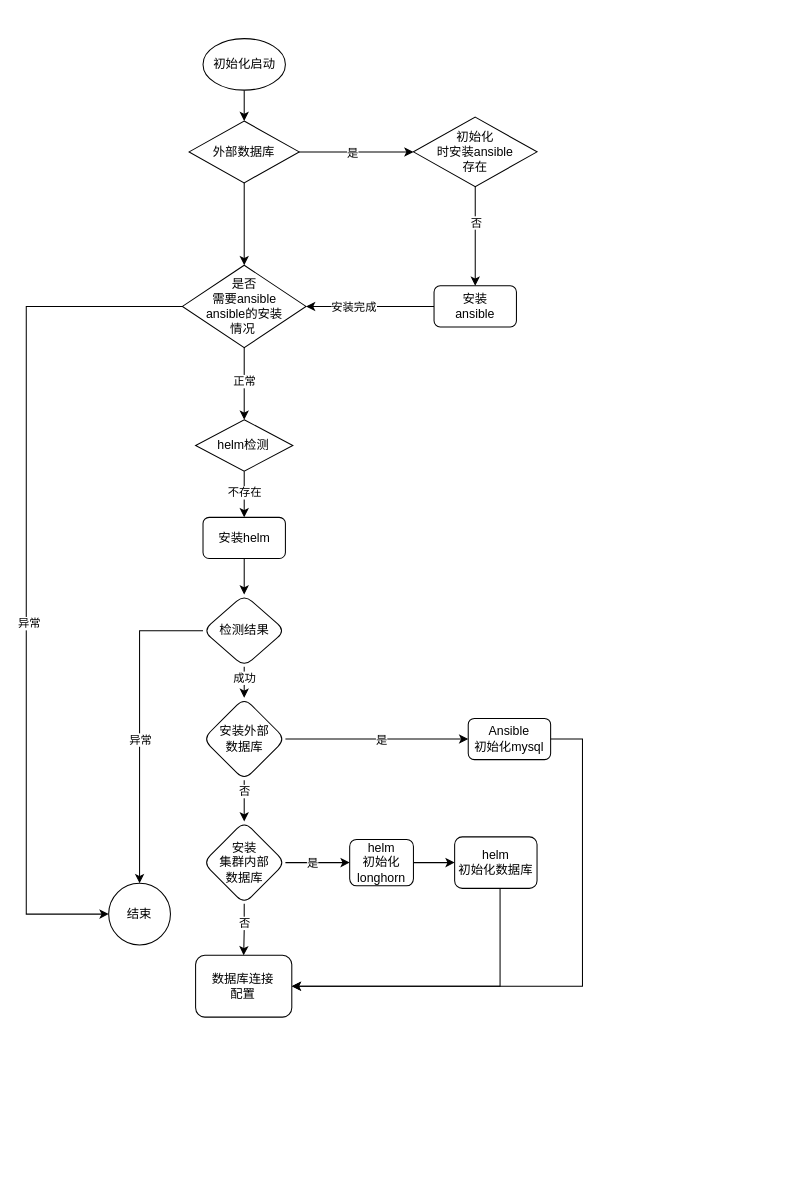
Above: init.drawio in Snuger/draw (draw.io), before the change. Source tidied: cells renumbered, new cells numbered last; positions are measured from the earlier drawing's top-left corner, leaving out a move shared by most shapes. Both pictures are drawn from the tidied source at 103%, with x=0, y=0 at pixel (26, 38).
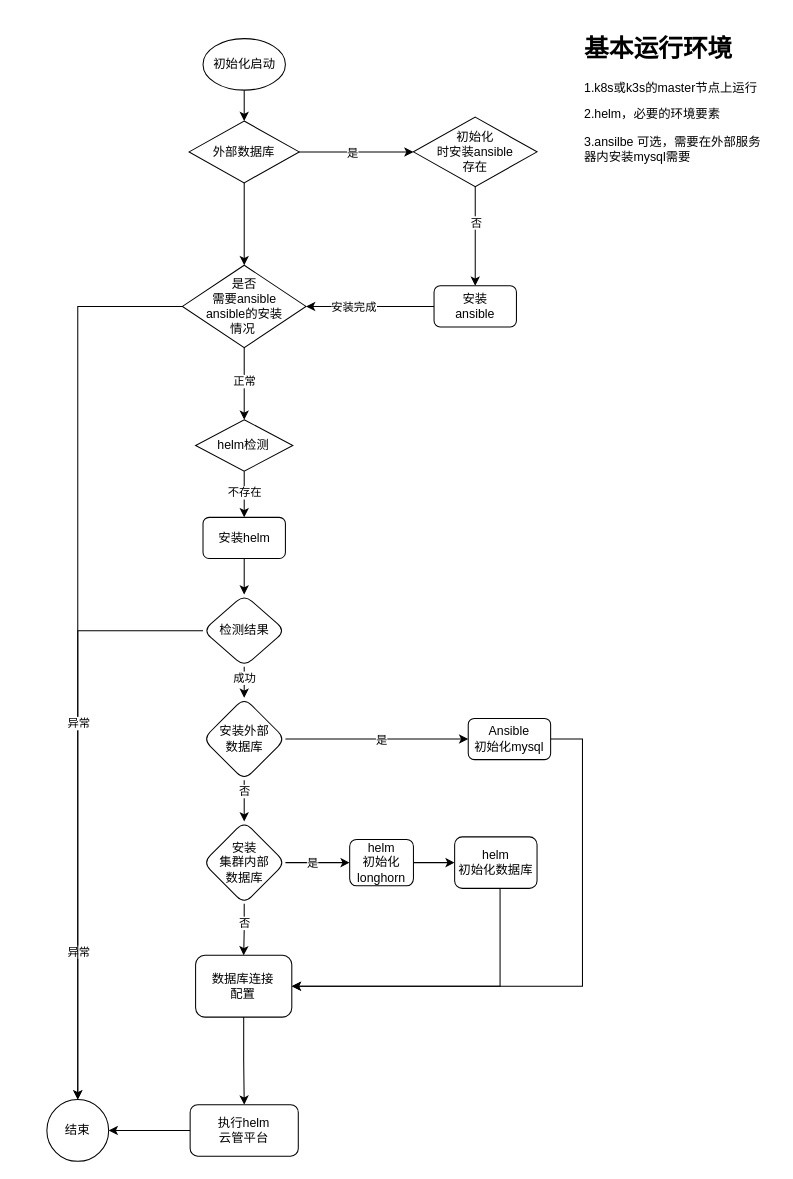
After the change.

The change refers to these unchanged cells:
```xml
<mxCell id="23" value="检测结果" style="rhombus;whiteSpace=wrap;html=1;rounded=1;" parent="1" vertex="1">
  <mxGeometry x="171.6" y="539.8" width="80" height="70" as="geometry" />
</mxCell>
<mxCell id="28" value="是否&lt;br&gt;需要ansible&lt;br&gt;ansible的安装&lt;br&gt;情况&amp;nbsp;" style="rhombus;whiteSpace=wrap;html=1;rounded=0;" parent="1" vertex="1">
  <mxGeometry x="151.6" y="220" width="120" height="80" as="geometry" />
</mxCell>
<mxCell id="46" value="数据库连接&lt;br&gt;配置" style="rounded=1;whiteSpace=wrap;html=1;" parent="1" vertex="1">
  <mxGeometry x="164.4" y="890" width="93.4" height="60" as="geometry" />
</mxCell>
```

The edit, as a diff of the source:
```diff
@@
     <mxCell id="19" style="edgeStyle=orthogonalEdgeStyle;rounded=0;jettySize=auto;html=1;" parent="1" edge="1" source="23" target="29">
-      <mxGeometry relative="1" as="geometry" />
+      <mxGeometry relative="1" as="geometry">
+        <Array as="points">
+          <mxPoint x="50" y="575" />
+          <mxPoint x="50" y="1090" />
+        </Array>
+      </mxGeometry>
     </mxCell>
@@
     <mxCell id="26" style="edgeStyle=orthogonalEdgeStyle;rounded=0;jettySize=auto;html=1;" parent="1" edge="1" source="28" target="29">
       <mxGeometry relative="1" as="geometry">
         <Array as="points">
-          <mxPoint y="260" />
-          <mxPoint y="850" />
+          <mxPoint x="50" y="260" />
+          <mxPoint x="50" y="1090" />
         </Array>
       </mxGeometry>
     </mxCell>
@@
     <mxCell id="29" value="结束" style="ellipse;whiteSpace=wrap;html=1;rounded=0;" parent="1" vertex="1">
-      <mxGeometry x="80" y="820" width="60" height="60" as="geometry" />
+      <mxGeometry x="20" y="1030" width="60" height="60" as="geometry" />
     </mxCell>
@@
+    <mxCell id="47" style="edgeStyle=orthogonalEdgeStyle;rounded=0;jettySize=auto;html=1;" parent="1" edge="1" source="46" target="50">
+      <mxGeometry relative="1" as="geometry" />
+    </mxCell>
@@
+    <mxCell id="48" value="&lt;h1&gt;基本运行环境&lt;/h1&gt;&lt;p&gt;1.k8s或k3s的master节点上运行&lt;/p&gt;&lt;p&gt;2.helm，必要的环境要素&lt;/p&gt;&lt;p&gt;3.ansilbe&amp;nbsp;可选，需要在外部服务器内安装mysql需要&lt;/p&gt;" style="text;html=1;strokeColor=none;fillColor=none;spacing=5;spacingTop=-20;whiteSpace=wrap;overflow=hidden;rounded=0;" parent="1" vertex="1">
+      <mxGeometry x="537" y="-10" width="190" height="140" as="geometry" />
+    </mxCell>
+    <mxCell id="49" style="edgeStyle=orthogonalEdgeStyle;rounded=0;jettySize=auto;html=1;" parent="1" edge="1" source="50" target="29">
+      <mxGeometry relative="1" as="geometry" />
+    </mxCell>
+    <mxCell id="50" value="执行helm&lt;br&gt;云管平台" style="rounded=1;whiteSpace=wrap;html=1;" parent="1" vertex="1">
+      <mxGeometry x="159.1" y="1035" width="105" height="50" as="geometry" />
+    </mxCell>
```
